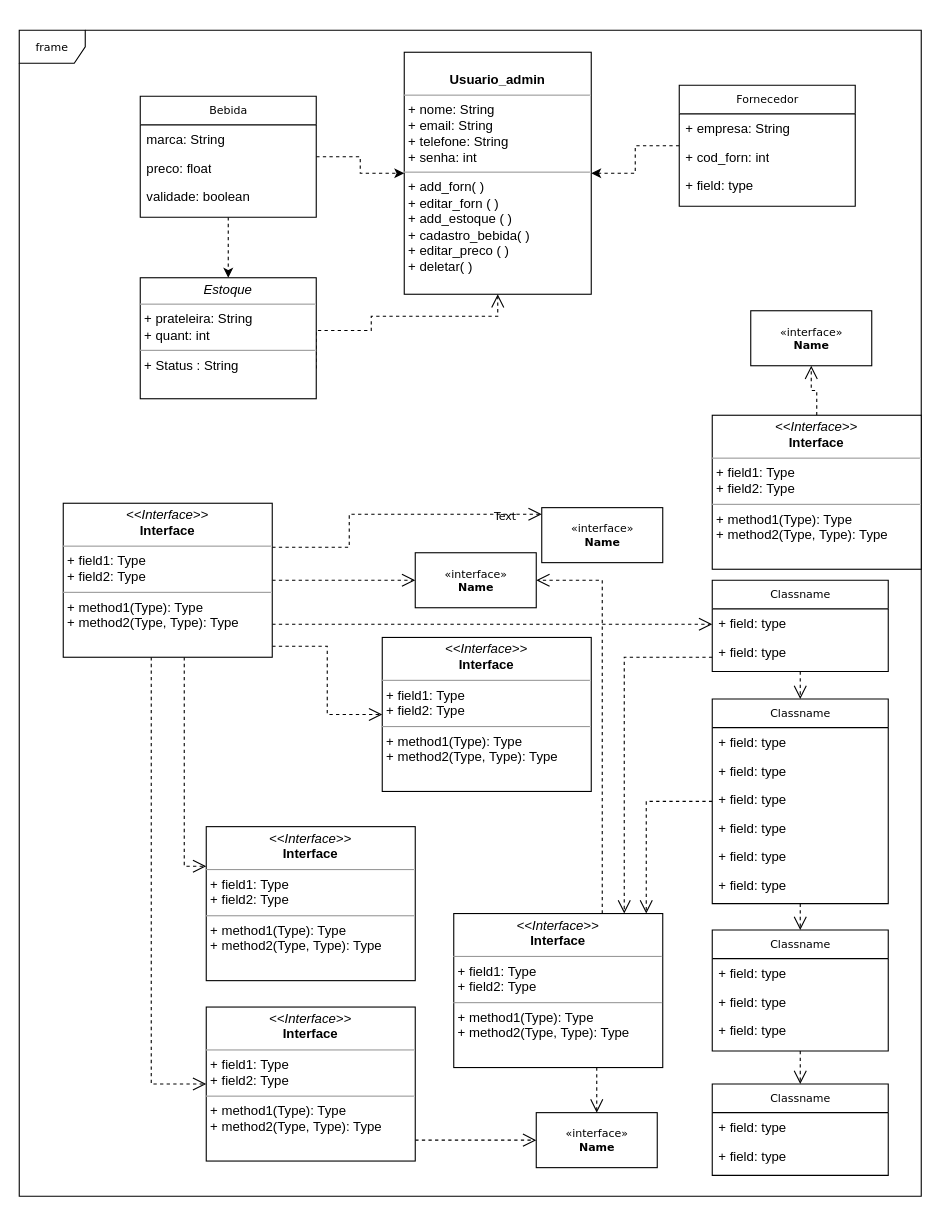
This is Untitled Diagram.drawio from Heitor-Saqueto/SisBrewe, a draw.io file, before an edit. Source tidied: cells renumbered, new cells numbered last; positions are measured from the earlier drawing's top-left corner, leaving out a move shared by most shapes. Both pictures are drawn from the tidied source at 110%, with x=0, y=0 at pixel (19, 30).
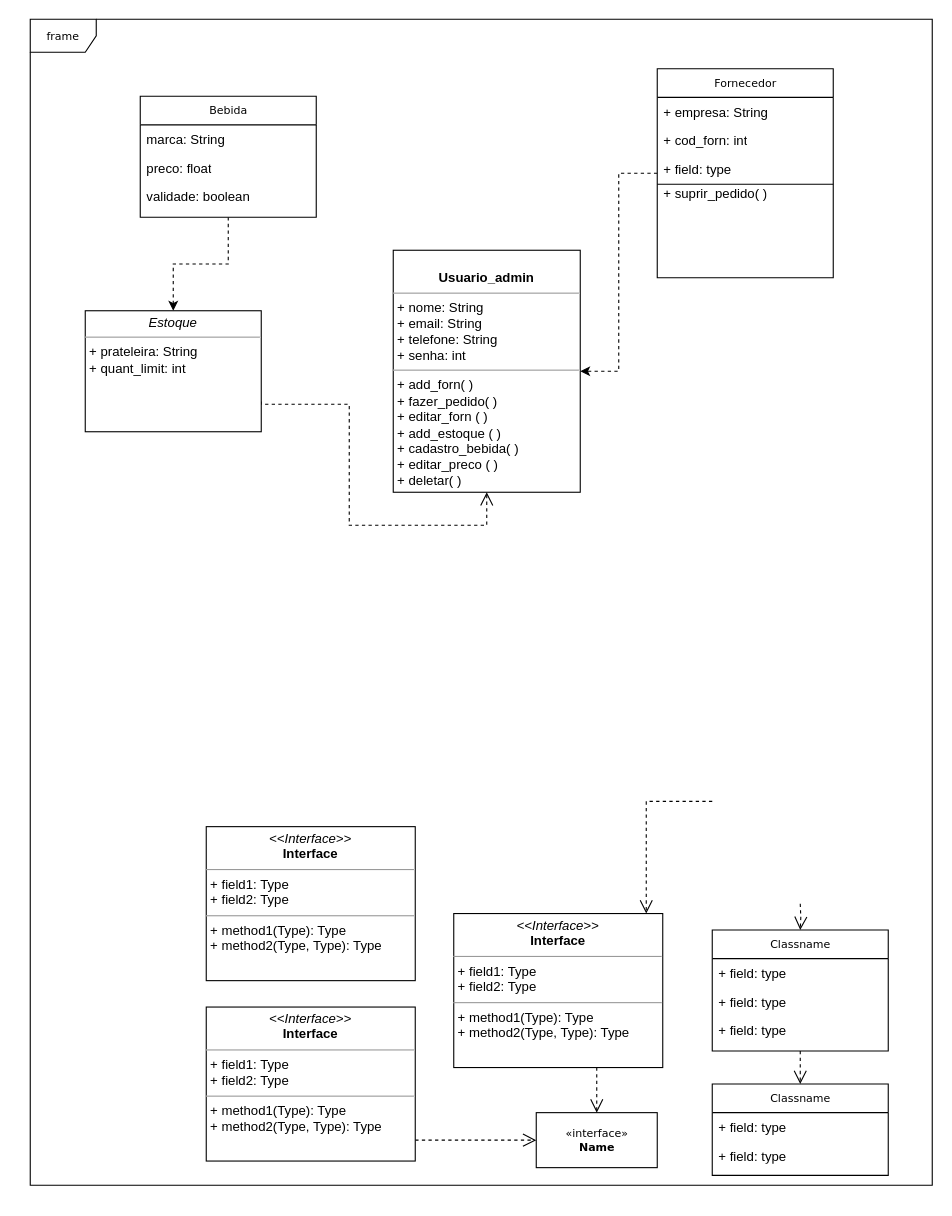
Above is the later version.

The change refers to these unchanged cells:
```xml
<mxCell id="14" value="Bebida" style="swimlane;html=1;fontStyle=0;horizontal=1;startSize=26;fillColor=none;swimlaneFillColor=#ffffff;rounded=0;shadow=0;comic=0;labelBackgroundColor=none;strokeWidth=1;fontFamily=Verdana;fontSize=10;align=center;" parent="1" vertex="1">
  <mxGeometry x="110" y="60" width="160" height="110" as="geometry" />
</mxCell>
<mxCell id="27" value="Classname" style="swimlane;html=1;fontStyle=0;horizontal=1;startSize=26;fillColor=none;swimlaneFillColor=#ffffff;rounded=0;shadow=0;comic=0;labelBackgroundColor=none;strokeWidth=1;fontFamily=Verdana;fontSize=10;align=center;" parent="1" vertex="1">
  <mxGeometry x="630" y="818" width="160" height="110" as="geometry" />
</mxCell>
<mxCell id="38" value="&lt;p style=&quot;margin:0px;margin-top:4px;text-align:center;&quot;&gt;&lt;i&gt;&amp;lt;&amp;lt;Interface&amp;gt;&amp;gt;&lt;/i&gt;&lt;br/&gt;&lt;b&gt;Interface&lt;/b&gt;&lt;/p&gt;&lt;hr size=&quot;1&quot;/&gt;&lt;p style=&quot;margin:0px;margin-left:4px;&quot;&gt;+ field1: Type&lt;br/&gt;+ field2: Type&lt;/p&gt;&lt;hr size=&quot;1&quot;/&gt;&lt;p style=&quot;margin:0px;margin-left:4px;&quot;&gt;+ method1(Type): Type&lt;br/&gt;+ method2(Type, Type): Type&lt;/p&gt;" style="verticalAlign=top;align=left;overflow=fill;fontSize=12;fontFamily=Helvetica;html=1;rounded=0;shadow=0;comic=0;labelBackgroundColor=none;strokeWidth=1;" parent="1" vertex="1">
  <mxGeometry x="395" y="803" width="190" height="140" as="geometry" />
</mxCell>
<mxCell id="41" value="&lt;p style=&quot;margin:0px;margin-top:4px;text-align:center;&quot;&gt;&lt;i&gt;&amp;lt;&amp;lt;Interface&amp;gt;&amp;gt;&lt;/i&gt;&lt;br/&gt;&lt;b&gt;Interface&lt;/b&gt;&lt;/p&gt;&lt;hr size=&quot;1&quot;/&gt;&lt;p style=&quot;margin:0px;margin-left:4px;&quot;&gt;+ field1: Type&lt;br/&gt;+ field2: Type&lt;/p&gt;&lt;hr size=&quot;1&quot;/&gt;&lt;p style=&quot;margin:0px;margin-left:4px;&quot;&gt;+ method1(Type): Type&lt;br/&gt;+ method2(Type, Type): Type&lt;/p&gt;" style="verticalAlign=top;align=left;overflow=fill;fontSize=12;fontFamily=Helvetica;html=1;rounded=0;shadow=0;comic=0;labelBackgroundColor=none;strokeWidth=1;" parent="1" vertex="1">
  <mxGeometry x="170" y="888" width="190" height="140" as="geometry" />
</mxCell>
<mxCell id="42" value="&lt;p style=&quot;margin:0px;margin-top:4px;text-align:center;&quot;&gt;&lt;i&gt;&amp;lt;&amp;lt;Interface&amp;gt;&amp;gt;&lt;/i&gt;&lt;br/&gt;&lt;b&gt;Interface&lt;/b&gt;&lt;/p&gt;&lt;hr size=&quot;1&quot;/&gt;&lt;p style=&quot;margin:0px;margin-left:4px;&quot;&gt;+ field1: Type&lt;br/&gt;+ field2: Type&lt;/p&gt;&lt;hr size=&quot;1&quot;/&gt;&lt;p style=&quot;margin:0px;margin-left:4px;&quot;&gt;+ method1(Type): Type&lt;br/&gt;+ method2(Type, Type): Type&lt;/p&gt;" style="verticalAlign=top;align=left;overflow=fill;fontSize=12;fontFamily=Helvetica;html=1;rounded=0;shadow=0;comic=0;labelBackgroundColor=none;strokeWidth=1;" parent="1" vertex="1">
  <mxGeometry x="170" y="724" width="190" height="140" as="geometry" />
</mxCell>
```

Diff of the diagram source:
```diff
@@
     <mxCell id="2" value="frame" style="shape=umlFrame;whiteSpace=wrap;html=1;rounded=0;shadow=0;comic=0;labelBackgroundColor=none;strokeWidth=1;fontFamily=Verdana;fontSize=10;align=center;" parent="1" vertex="1">
-      <mxGeometry width="820" height="1060" as="geometry" />
+      <mxGeometry x="10" y="-10" width="820" height="1060" as="geometry" />
     </mxCell>
-    <mxCell id="3" style="edgeStyle=orthogonalEdgeStyle;rounded=0;html=1;dashed=1;labelBackgroundColor=none;startFill=0;endArrow=open;endFill=0;endSize=10;fontFamily=Verdana;fontSize=10;" parent="1" edge="1" source="5" target="38">
+    <mxCell id="3" style="edgeStyle=orthogonalEdgeStyle;rounded=0;html=1;dashed=1;labelBackgroundColor=none;startFill=0;endArrow=open;endFill=0;endSize=10;fontFamily=Verdana;fontSize=10;" parent="1" edge="1" target="38">
       <mxGeometry relative="1" as="geometry">
+        <mxPoint x="630" y="701" as="sourcePoint" />
         <Array as="points">
           <mxPoint x="570" y="701" />
         </Array>
       </mxGeometry>
     </mxCell>
-    <mxCell id="4" style="edgeStyle=orthogonalEdgeStyle;rounded=0;html=1;dashed=1;labelBackgroundColor=none;startFill=0;endArrow=open;endFill=0;endSize=10;fontFamily=Verdana;fontSize=10;" parent="1" edge="1" source="5" target="27">
-      <mxGeometry relative="1" as="geometry" />
+    <mxCell id="4" style="edgeStyle=orthogonalEdgeStyle;rounded=0;html=1;dashed=1;labelBackgroundColor=none;startFill=0;endArrow=open;endFill=0;endSize=10;fontFamily=Verdana;fontSize=10;" parent="1" edge="1" target="27">
+      <mxGeometry relative="1" as="geometry">
+        <mxPoint x="710" y="794" as="sourcePoint" />
+      </mxGeometry>
     </mxCell>
-    <mxCell id="5" value="Classname" style="swimlane;html=1;fontStyle=0;horizontal=1;startSize=26;fillColor=none;swimlaneFillColor=#ffffff;rounded=0;shadow=0;comic=0;labelBackgroundColor=none;strokeWidth=1;fontFamily=Verdana;fontSize=10;align=center;" parent="1" vertex="1">
-      <mxGeometry x="630" y="608" width="160" height="186" as="geometry" />
-    </mxCell>
-    <mxCell id="6" value="+ field: type" style="text;html=1;strokeColor=none;fillColor=none;align=left;verticalAlign=top;spacingLeft=4;spacingRight=4;whiteSpace=wrap;overflow=hidden;" parent="5" vertex="1">
-      <mxGeometry y="26" width="160" height="26" as="geometry" />
-    </mxCell>
-    <mxCell id="7" value="+ field: type" style="text;html=1;strokeColor=none;fillColor=none;align=left;verticalAlign=top;spacingLeft=4;spacingRight=4;whiteSpace=wrap;overflow=hidden;" parent="5" vertex="1">
-      <mxGeometry y="52" width="160" height="26" as="geometry" />
-    </mxCell>
-    <mxCell id="8" value="+ field: type" style="text;html=1;strokeColor=none;fillColor=none;align=left;verticalAlign=top;spacingLeft=4;spacingRight=4;whiteSpace=wrap;overflow=hidden;" parent="5" vertex="1">
-      <mxGeometry y="78" width="160" height="26" as="geometry" />
-    </mxCell>
-    <mxCell id="9" value="+ field: type" style="text;html=1;strokeColor=none;fillColor=none;align=left;verticalAlign=top;spacingLeft=4;spacingRight=4;whiteSpace=wrap;overflow=hidden;" parent="5" vertex="1">
-      <mxGeometry y="104" width="160" height="26" as="geometry" />
-    </mxCell>
-    <mxCell id="10" value="+ field: type" style="text;html=1;strokeColor=none;fillColor=none;align=left;verticalAlign=top;spacingLeft=4;spacingRight=4;whiteSpace=wrap;overflow=hidden;" parent="5" vertex="1">
-      <mxGeometry y="130" width="160" height="26" as="geometry" />
-    </mxCell>
-    <mxCell id="11" value="+ field: type" style="text;html=1;strokeColor=none;fillColor=none;align=left;verticalAlign=top;spacingLeft=4;spacingRight=4;whiteSpace=wrap;overflow=hidden;" parent="5" vertex="1">
-      <mxGeometry y="156" width="160" height="26" as="geometry" />
-    </mxCell>
-    <mxCell id="12" style="edgeStyle=orthogonalEdgeStyle;rounded=0;jettySize=auto;html=1;dashed=1;" parent="1" edge="1" source="14" target="49">
-      <mxGeometry relative="1" as="geometry" />
-    </mxCell>
@@
     <mxCell id="19" value="Fornecedor" style="swimlane;html=1;fontStyle=0;horizontal=1;startSize=26;fillColor=none;swimlaneFillColor=#ffffff;rounded=0;shadow=0;comic=0;labelBackgroundColor=none;strokeWidth=1;fontFamily=Verdana;fontSize=10;align=center;" parent="1" vertex="1">
-      <mxGeometry x="600" y="50" width="160" height="110" as="geometry" />
+      <mxGeometry x="580" y="35" width="160" height="190" as="geometry" />
     </mxCell>
@@
     <mxCell id="22" value="+ field: type" style="text;html=1;strokeColor=none;fillColor=none;align=left;verticalAlign=top;spacingLeft=4;spacingRight=4;whiteSpace=wrap;overflow=hidden;" parent="19" vertex="1">
-      <mxGeometry y="78" width="160" height="26" as="geometry" />
+      <mxGeometry y="78" width="160" height="22" as="geometry" />
     </mxCell>
+    <mxCell id="60" style="endArrow=none;html=1;rounded=0;" parent="19" edge="1">
+      <mxGeometry relative="1" as="geometry">
+        <mxPoint y="105" as="sourcePoint" />
+        <mxPoint x="160" y="105" as="targetPoint" />
+        <Array as="points">
+          <mxPoint x="70" y="105" />
+        </Array>
+      </mxGeometry>
+    </mxCell>
+    <mxCell id="61" value="+ suprir_pedido( )" style="text;html=1;strokeColor=none;fillColor=none;align=left;verticalAlign=top;spacingLeft=4;spacingRight=4;whiteSpace=wrap;overflow=hidden;" parent="19" vertex="1">
+      <mxGeometry y="100" width="160" height="30" as="geometry" />
+    </mxCell>
@@
-    <mxCell id="31" style="edgeStyle=orthogonalEdgeStyle;rounded=0;html=1;dashed=1;labelBackgroundColor=none;startFill=0;endArrow=open;endFill=0;endSize=10;fontFamily=Verdana;fontSize=10;" parent="1" edge="1" source="32" target="5">
-      <mxGeometry relative="1" as="geometry" />
-    </mxCell>
-    <mxCell id="32" value="Classname" style="swimlane;html=1;fontStyle=0;horizontal=1;startSize=26;fillColor=none;swimlaneFillColor=#ffffff;rounded=0;shadow=0;comic=0;labelBackgroundColor=none;strokeWidth=1;fontFamily=Verdana;fontSize=10;align=center;" parent="1" vertex="1">
-      <mxGeometry x="630" y="500" width="160" height="83" as="geometry" />
-    </mxCell>
-    <mxCell id="33" value="+ field: type" style="text;html=1;strokeColor=none;fillColor=none;align=left;verticalAlign=top;spacingLeft=4;spacingRight=4;whiteSpace=wrap;overflow=hidden;" parent="32" vertex="1">
-      <mxGeometry y="26" width="160" height="26" as="geometry" />
-    </mxCell>
-    <mxCell id="34" value="+ field: type" style="text;html=1;strokeColor=none;fillColor=none;align=left;verticalAlign=top;spacingLeft=4;spacingRight=4;whiteSpace=wrap;overflow=hidden;" parent="32" vertex="1">
-      <mxGeometry y="52" width="160" height="26" as="geometry" />
-    </mxCell>
@@
-    <mxCell id="37" style="edgeStyle=orthogonalEdgeStyle;rounded=0;html=1;dashed=1;labelBackgroundColor=none;startFill=0;endArrow=open;endFill=0;endSize=10;fontFamily=Verdana;fontSize=10;" parent="1" edge="1" source="38" target="43">
-      <mxGeometry relative="1" as="geometry">
-        <Array as="points">
-          <mxPoint x="530" y="500" />
-        </Array>
-      </mxGeometry>
-    </mxCell>
@@
-    <mxCell id="39" value="&lt;p style=&quot;margin:0px;margin-top:4px;text-align:center;&quot;&gt;&lt;i&gt;&amp;lt;&amp;lt;Interface&amp;gt;&amp;gt;&lt;/i&gt;&lt;br/&gt;&lt;b&gt;Interface&lt;/b&gt;&lt;/p&gt;&lt;hr size=&quot;1&quot;/&gt;&lt;p style=&quot;margin:0px;margin-left:4px;&quot;&gt;+ field1: Type&lt;br/&gt;+ field2: Type&lt;/p&gt;&lt;hr size=&quot;1&quot;/&gt;&lt;p style=&quot;margin:0px;margin-left:4px;&quot;&gt;+ method1(Type): Type&lt;br/&gt;+ method2(Type, Type): Type&lt;/p&gt;" style="verticalAlign=top;align=left;overflow=fill;fontSize=12;fontFamily=Helvetica;html=1;rounded=0;shadow=0;comic=0;labelBackgroundColor=none;strokeWidth=1;" parent="1" vertex="1">
-      <mxGeometry x="330" y="552" width="190" height="140" as="geometry" />
-    </mxCell>
@@
-    <mxCell id="43" value="&amp;laquo;interface&amp;raquo;&lt;br&gt;&lt;b&gt;Name&lt;/b&gt;" style="html=1;rounded=0;shadow=0;comic=0;labelBackgroundColor=none;strokeWidth=1;fontFamily=Verdana;fontSize=10;align=center;" parent="1" vertex="1">
-      <mxGeometry x="360" y="475" width="110" height="50" as="geometry" />
-    </mxCell>
-    <mxCell id="44" value="&amp;laquo;interface&amp;raquo;&lt;br&gt;&lt;b&gt;Name&lt;/b&gt;" style="html=1;rounded=0;shadow=0;comic=0;labelBackgroundColor=none;strokeWidth=1;fontFamily=Verdana;fontSize=10;align=center;" parent="1" vertex="1">
-      <mxGeometry x="475" y="434" width="110" height="50" as="geometry" />
-    </mxCell>
-    <mxCell id="45" style="edgeStyle=orthogonalEdgeStyle;rounded=0;html=1;dashed=1;labelBackgroundColor=none;startFill=0;endArrow=open;endFill=0;endSize=10;fontFamily=Verdana;fontSize=10;" parent="1" edge="1" source="46" target="48">
-      <mxGeometry relative="1" as="geometry" />
-    </mxCell>
-    <mxCell id="46" value="&lt;p style=&quot;margin:0px;margin-top:4px;text-align:center;&quot;&gt;&lt;i&gt;&amp;lt;&amp;lt;Interface&amp;gt;&amp;gt;&lt;/i&gt;&lt;br/&gt;&lt;b&gt;Interface&lt;/b&gt;&lt;/p&gt;&lt;hr size=&quot;1&quot;/&gt;&lt;p style=&quot;margin:0px;margin-left:4px;&quot;&gt;+ field1: Type&lt;br/&gt;+ field2: Type&lt;/p&gt;&lt;hr size=&quot;1&quot;/&gt;&lt;p style=&quot;margin:0px;margin-left:4px;&quot;&gt;+ method1(Type): Type&lt;br/&gt;+ method2(Type, Type): Type&lt;/p&gt;" style="verticalAlign=top;align=left;overflow=fill;fontSize=12;fontFamily=Helvetica;html=1;rounded=0;shadow=0;comic=0;labelBackgroundColor=none;strokeWidth=1;" parent="1" vertex="1">
-      <mxGeometry x="630" y="350" width="190" height="140" as="geometry" />
-    </mxCell>
-    <mxCell id="47" value="Text" style="text;html=1;align=left;verticalAlign=top;spacingTop=-4;fontSize=10;fontFamily=Verdana;fontColor=#000000;" parent="1" vertex="1">
-      <mxGeometry x="430" y="434" width="40" height="10" as="geometry" />
-    </mxCell>
-    <mxCell id="48" value="&amp;laquo;interface&amp;raquo;&lt;br&gt;&lt;b&gt;Name&lt;/b&gt;" style="html=1;rounded=0;shadow=0;comic=0;labelBackgroundColor=none;strokeWidth=1;fontFamily=Verdana;fontSize=10;align=center;" parent="1" vertex="1">
-      <mxGeometry x="665" y="255" width="110" height="50" as="geometry" />
-    </mxCell>
-    <mxCell id="49" value="&lt;p style=&quot;margin:0px;margin-top:4px;text-align:center;&quot;&gt;&lt;br&gt;&lt;b&gt;Usuario_admin&lt;/b&gt;&lt;/p&gt;&lt;hr size=&quot;1&quot;&gt;&lt;p style=&quot;margin:0px;margin-left:4px;&quot;&gt;+ nome: String&lt;br&gt;+ email: String&lt;/p&gt;&lt;p style=&quot;margin:0px;margin-left:4px;&quot;&gt;+ telefone: String&lt;/p&gt;&lt;p style=&quot;margin:0px;margin-left:4px;&quot;&gt;+ senha: int&lt;/p&gt;&lt;hr size=&quot;1&quot;&gt;&lt;p style=&quot;margin:0px;margin-left:4px;&quot;&gt;+ add_forn( )&lt;/p&gt;&lt;p style=&quot;margin:0px;margin-left:4px;&quot;&gt;+ editar_forn ( )&lt;br&gt;&lt;/p&gt;&lt;p style=&quot;margin:0px;margin-left:4px;&quot;&gt;+ add_estoque ( )&lt;/p&gt;&lt;p style=&quot;margin:0px;margin-left:4px;&quot;&gt;+ cadastro_bebida( )&lt;/p&gt;&lt;p style=&quot;margin:0px;margin-left:4px;&quot;&gt;+ editar_preco ( )&lt;/p&gt;&lt;p style=&quot;margin:0px;margin-left:4px;&quot;&gt;+ deletar( )&lt;/p&gt;&lt;p style=&quot;margin:0px;margin-left:4px;&quot;&gt;&lt;br&gt;&lt;/p&gt;" style="verticalAlign=top;align=left;overflow=fill;fontSize=12;fontFamily=Helvetica;html=1;rounded=0;shadow=0;comic=0;labelBackgroundColor=none;strokeWidth=1;" parent="1" vertex="1">
-      <mxGeometry x="350" y="20" width="170" height="220" as="geometry" />
+    <mxCell id="49" value="&lt;p style=&quot;margin:0px;margin-top:4px;text-align:center;&quot;&gt;&lt;br&gt;&lt;b&gt;Usuario_admin&lt;/b&gt;&lt;/p&gt;&lt;hr size=&quot;1&quot;&gt;&lt;p style=&quot;margin:0px;margin-left:4px;&quot;&gt;+ nome: String&lt;br&gt;+ email: String&lt;/p&gt;&lt;p style=&quot;margin:0px;margin-left:4px;&quot;&gt;+ telefone: String&lt;/p&gt;&lt;p style=&quot;margin:0px;margin-left:4px;&quot;&gt;+ senha: int&lt;/p&gt;&lt;hr size=&quot;1&quot;&gt;&lt;p style=&quot;margin:0px;margin-left:4px;&quot;&gt;+ add_forn( )&lt;/p&gt;&lt;p style=&quot;margin:0px;margin-left:4px;&quot;&gt;+ fazer_pedido( )&lt;/p&gt;&lt;p style=&quot;margin:0px;margin-left:4px;&quot;&gt;+ editar_forn ( )&lt;br&gt;&lt;/p&gt;&lt;p style=&quot;margin:0px;margin-left:4px;&quot;&gt;+ add_estoque ( )&lt;/p&gt;&lt;p style=&quot;margin:0px;margin-left:4px;&quot;&gt;+ cadastro_bebida( )&lt;/p&gt;&lt;p style=&quot;margin:0px;margin-left:4px;&quot;&gt;+ editar_preco ( )&lt;/p&gt;&lt;p style=&quot;margin:0px;margin-left:4px;&quot;&gt;+ deletar( )&lt;/p&gt;&lt;p style=&quot;margin:0px;margin-left:4px;&quot;&gt;&lt;br&gt;&lt;/p&gt;" style="verticalAlign=top;align=left;overflow=fill;fontSize=12;fontFamily=Helvetica;html=1;rounded=0;shadow=0;comic=0;labelBackgroundColor=none;strokeWidth=1;" parent="1" vertex="1">
+      <mxGeometry x="340" y="200" width="170" height="220" as="geometry" />
     </mxCell>
     <mxCell id="50" style="edgeStyle=orthogonalEdgeStyle;rounded=0;html=1;exitX=1;exitY=0.75;dashed=1;labelBackgroundColor=none;startFill=0;endArrow=open;endFill=0;endSize=10;fontFamily=Verdana;fontSize=10;entryX=0.5;entryY=1;entryDx=0;entryDy=0;" parent="1" edge="1" source="51" target="49">
       <mxGeometry relative="1" as="geometry">
         <Array as="points">
-          <mxPoint x="320" y="273" />
-          <mxPoint x="320" y="260" />
-          <mxPoint x="435" y="260" />
+          <mxPoint x="220" y="340" />
+          <mxPoint x="300" y="340" />
+          <mxPoint x="300" y="450" />
+          <mxPoint x="425" y="450" />
         </Array>
       </mxGeometry>
     </mxCell>
-    <mxCell id="51" value="&lt;p style=&quot;margin:0px;margin-top:4px;text-align:center;&quot;&gt;&lt;i&gt;Estoque&lt;/i&gt;&lt;/p&gt;&lt;hr size=&quot;1&quot;&gt;&lt;p style=&quot;margin:0px;margin-left:4px;&quot;&gt;+ prateleira: String&lt;br&gt;&lt;/p&gt;&lt;p style=&quot;margin:0px;margin-left:4px;&quot;&gt;+ quant: int&lt;/p&gt;&lt;hr size=&quot;1&quot;&gt;&lt;p style=&quot;margin:0px;margin-left:4px;&quot;&gt;+ Status : String&lt;br&gt;&lt;br&gt;&lt;/p&gt;" style="verticalAlign=top;align=left;overflow=fill;fontSize=12;fontFamily=Helvetica;html=1;rounded=0;shadow=0;comic=0;labelBackgroundColor=none;strokeWidth=1;" parent="1" vertex="1">
-      <mxGeometry x="110" y="225" width="160" height="110" as="geometry" />
+    <mxCell id="51" value="&lt;p style=&quot;margin:0px;margin-top:4px;text-align:center;&quot;&gt;&lt;i&gt;Estoque&lt;/i&gt;&lt;/p&gt;&lt;hr size=&quot;1&quot;&gt;&lt;p style=&quot;margin:0px;margin-left:4px;&quot;&gt;+ prateleira: String&lt;br&gt;&lt;/p&gt;&lt;p style=&quot;margin:0px;margin-left:4px;&quot;&gt;+ quant_limit: int&lt;/p&gt;&lt;p style=&quot;margin:0px;margin-left:4px;&quot;&gt;&lt;br&gt;&lt;/p&gt;" style="verticalAlign=top;align=left;overflow=fill;fontSize=12;fontFamily=Helvetica;html=1;rounded=0;shadow=0;comic=0;labelBackgroundColor=none;strokeWidth=1;" parent="1" vertex="1">
+      <mxGeometry x="60" y="255" width="160" height="110" as="geometry" />
     </mxCell>
-    <mxCell id="52" style="edgeStyle=orthogonalEdgeStyle;rounded=0;html=1;dashed=1;labelBackgroundColor=none;startFill=0;endArrow=open;endFill=0;endSize=10;fontFamily=Verdana;fontSize=10;" parent="1" edge="1" source="58" target="44">
-      <mxGeometry relative="1" as="geometry">
-        <Array as="points">
-          <mxPoint x="300" y="470" />
-          <mxPoint x="300" y="440" />
-        </Array>
-      </mxGeometry>
-    </mxCell>
-    <mxCell id="53" style="edgeStyle=orthogonalEdgeStyle;rounded=0;html=1;dashed=1;labelBackgroundColor=none;startFill=0;endArrow=open;endFill=0;endSize=10;fontFamily=Verdana;fontSize=10;" parent="1" edge="1" source="58" target="43">
-      <mxGeometry relative="1" as="geometry" />
-    </mxCell>
-    <mxCell id="54" style="edgeStyle=orthogonalEdgeStyle;rounded=0;html=1;dashed=1;labelBackgroundColor=none;startFill=0;endArrow=open;endFill=0;endSize=10;fontFamily=Verdana;fontSize=10;" parent="1" edge="1" source="58" target="39">
-      <mxGeometry relative="1" as="geometry">
-        <Array as="points">
-          <mxPoint x="280" y="560" />
-          <mxPoint x="280" y="622" />
-        </Array>
-      </mxGeometry>
-    </mxCell>
-    <mxCell id="55" style="edgeStyle=orthogonalEdgeStyle;rounded=0;html=1;dashed=1;labelBackgroundColor=none;startFill=0;endArrow=open;endFill=0;endSize=10;fontFamily=Verdana;fontSize=10;" parent="1" edge="1" source="58" target="32">
-      <mxGeometry relative="1" as="geometry">
-        <Array as="points">
-          <mxPoint x="330" y="540" />
-          <mxPoint x="330" y="540" />
-        </Array>
-      </mxGeometry>
-    </mxCell>
-    <mxCell id="56" style="edgeStyle=orthogonalEdgeStyle;rounded=0;html=1;dashed=1;labelBackgroundColor=none;startFill=0;endArrow=open;endFill=0;endSize=10;fontFamily=Verdana;fontSize=10;" parent="1" edge="1" source="58" target="42">
-      <mxGeometry relative="1" as="geometry">
-        <Array as="points">
-          <mxPoint x="150" y="760" />
-        </Array>
-      </mxGeometry>
-    </mxCell>
-    <mxCell id="57" style="edgeStyle=orthogonalEdgeStyle;rounded=0;html=1;dashed=1;labelBackgroundColor=none;startFill=0;endArrow=open;endFill=0;endSize=10;fontFamily=Verdana;fontSize=10;" parent="1" edge="1" source="58" target="41">
-      <mxGeometry relative="1" as="geometry">
-        <Array as="points">
-          <mxPoint x="120" y="958" />
-        </Array>
-      </mxGeometry>
-    </mxCell>
-    <mxCell id="58" value="&lt;p style=&quot;margin:0px;margin-top:4px;text-align:center;&quot;&gt;&lt;i&gt;&amp;lt;&amp;lt;Interface&amp;gt;&amp;gt;&lt;/i&gt;&lt;br/&gt;&lt;b&gt;Interface&lt;/b&gt;&lt;/p&gt;&lt;hr size=&quot;1&quot;/&gt;&lt;p style=&quot;margin:0px;margin-left:4px;&quot;&gt;+ field1: Type&lt;br/&gt;+ field2: Type&lt;/p&gt;&lt;hr size=&quot;1&quot;/&gt;&lt;p style=&quot;margin:0px;margin-left:4px;&quot;&gt;+ method1(Type): Type&lt;br/&gt;+ method2(Type, Type): Type&lt;/p&gt;" style="verticalAlign=top;align=left;overflow=fill;fontSize=12;fontFamily=Helvetica;html=1;rounded=0;shadow=0;comic=0;labelBackgroundColor=none;strokeWidth=1;" parent="1" vertex="1">
-      <mxGeometry x="40" y="430" width="190" height="140" as="geometry" />
-    </mxCell>
-    <mxCell id="59" style="edgeStyle=orthogonalEdgeStyle;rounded=0;html=1;dashed=1;labelBackgroundColor=none;startFill=0;endArrow=open;endFill=0;endSize=10;fontFamily=Verdana;fontSize=10;" parent="1" edge="1" source="32" target="38">
-      <mxGeometry relative="1" as="geometry">
-        <Array as="points">
-          <mxPoint x="550" y="570" />
-        </Array>
-      </mxGeometry>
-    </mxCell>
```
